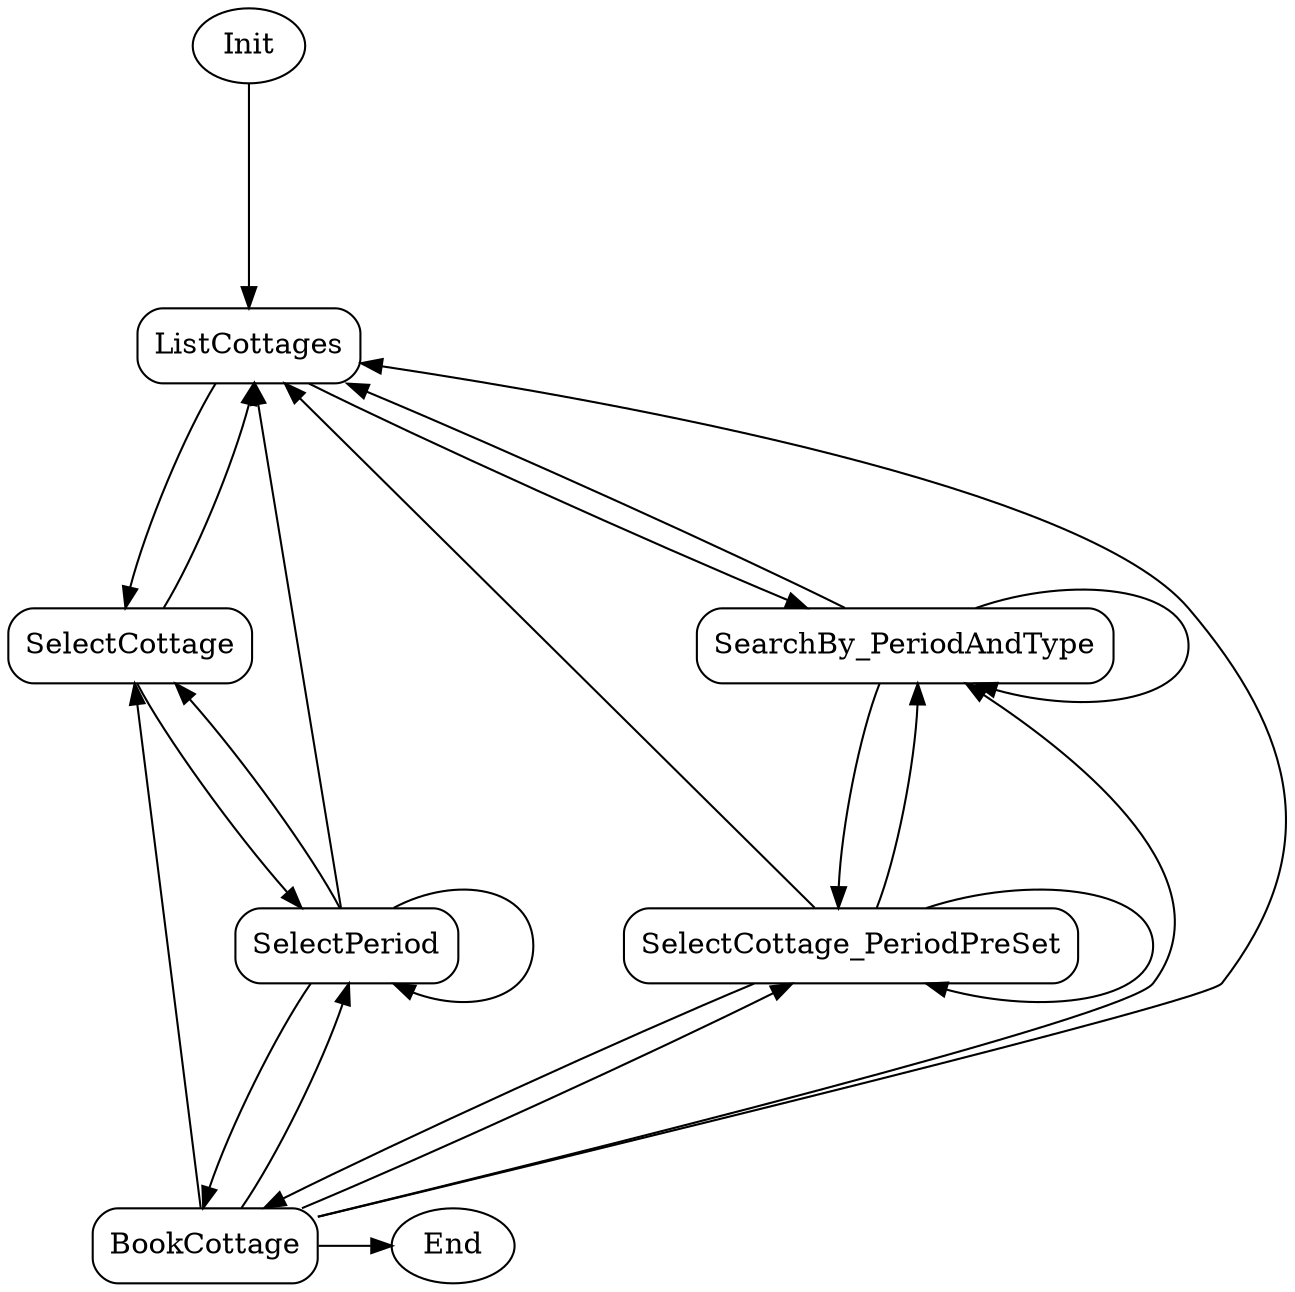
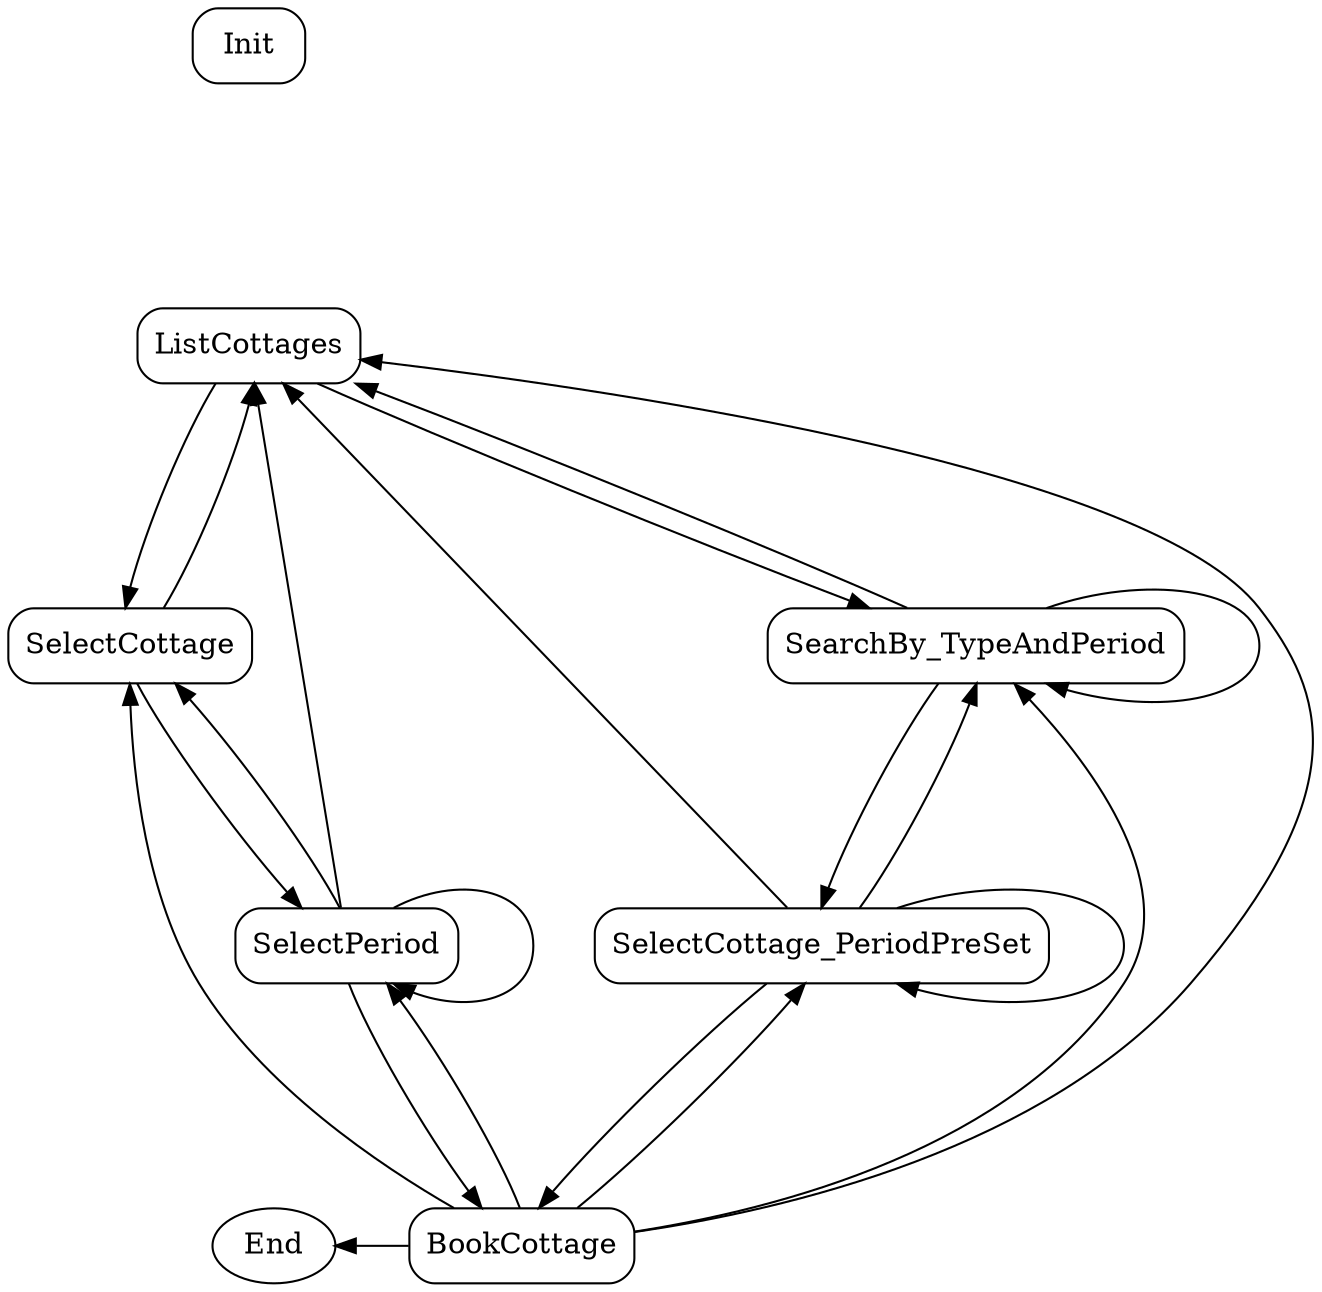
digraph booking {
    rankdir=TB;
    nodesep=0.5;
    ranksep=1.5;

    node [shape=box, style=rounded]
-     Init [shape=oval]
    End [shape=oval]

    ListCottages
    SelectCottage
    SelectPeriod
-     SearchBy_PeriodAndType
+     SearchBy_TypeAndPeriod
    SelectCottage_PeriodPreSet
-     BookCottage

-     Init -> ListCottages [weight=1]

    ListCottages -> SelectCottage [weight=0.45]
-     ListCottages -> SearchBy_PeriodAndType [weight=0.55]
+     ListCottages -> SearchBy_TypeAndPeriod [weight=0.55]

    SelectCottage -> SelectPeriod [weight=0.60]
    SelectCottage -> ListCottages [weight=0.40]

    SelectPeriod -> SelectPeriod [weight=0.30]
    SelectPeriod -> SelectCottage [weight=0.20]
    SelectPeriod -> ListCottages [weight=0.10]
    SelectPeriod -> BookCottage [weight=0.40]

-     SearchBy_PeriodAndType -> ListCottages [weight=0.20]
-     SearchBy_PeriodAndType -> SearchBy_PeriodAndType [weight=0.30]
-     SearchBy_PeriodAndType -> SelectCottage_PeriodPreSet [weight=0.50]
+     SearchBy_TypeAndPeriod -> ListCottages [weight=0.20]
+     SearchBy_TypeAndPeriod -> SearchBy_TypeAndPeriod [weight=0.30]
+     SearchBy_TypeAndPeriod -> SelectCottage_PeriodPreSet [weight=0.50]

    SelectCottage_PeriodPreSet -> SelectCottage_PeriodPreSet [weight=0.15]
-     SelectCottage_PeriodPreSet -> SearchBy_PeriodAndType [weight=0.25]
+     SelectCottage_PeriodPreSet -> SearchBy_TypeAndPeriod [weight=0.25]
    SelectCottage_PeriodPreSet -> ListCottages [weight=0.10]
    SelectCottage_PeriodPreSet -> BookCottage [weight=0.50]

    BookCottage -> SelectPeriod [weight=0.05]
    BookCottage -> SelectCottage [weight=0.05]
    BookCottage -> ListCottages [weight=0.05]
-     BookCottage -> SearchBy_PeriodAndType [weight=0.05]
+     BookCottage -> SearchBy_TypeAndPeriod [weight=0.05]
    BookCottage -> SelectCottage_PeriodPreSet [weight=0.05]
    BookCottage -> End [weight=0.75]

+     { rank=source; Init }
    { rank=sink; BookCottage }
    { rank=sink; End }
}
